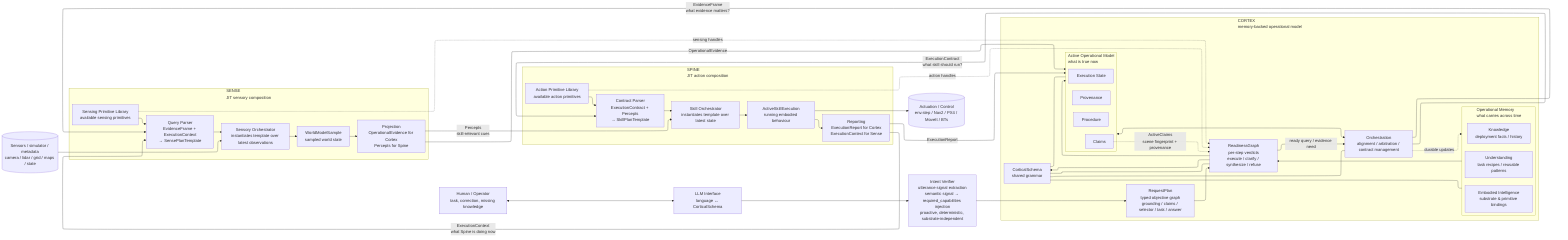
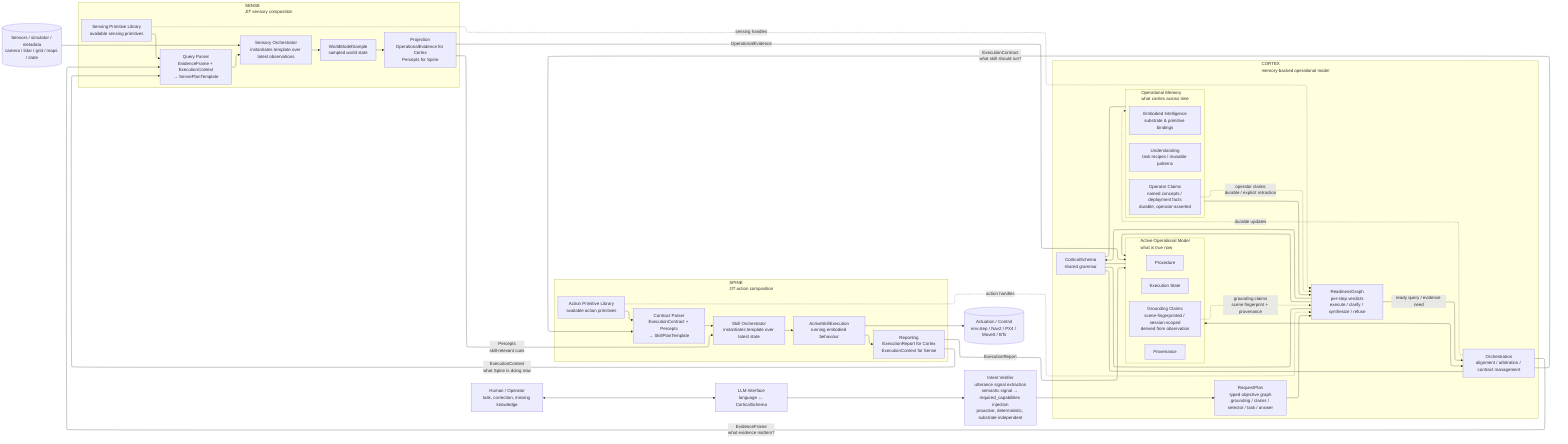
---
config:
  layout: elk
---
flowchart LR

  U["Human / Operator<br>task, correction, missing knowledge"]
  L["LLM Interface<br>language ↔ CorticalSchema"]

  subgraph C["CORTEX<br>memory-backed operational model"]
    CS["CorticalSchema<br>shared grammar"]
    RP["RequestPlan<br>typed objective graph<br>grounding / claims / selector / task / answer"]

    subgraph M["Operational Memory<br>what carries across time"]
      U1["Understanding<br>task recipes / reusable patterns"]
      I1["Embodied Intelligence<br>substrate & primitive bindings"]
-       K1["Knowledge<br>deployment facts / history"]
+       K1["Operator Claims<br>named concepts / deployment facts<br>durable, operator-asserted"]
    end

    R["ReadinessGraph<br>per-step verdicts<br>execute / clarify / synthesize / refuse"]

    subgraph A["Active Operational Model<br>what is true now"]
-       CL["Claims"]
+       CL["Grounding Claims<br>scene-fingerprinted / session-scoped<br>derived from observation"]
      PR["Procedure"]
      ES["Execution State"]
      PG["Provenance"]
    end

    O["Orchestration<br>alignment / arbitration / contract management"]
  end

  subgraph SENSE["SENSE<br>JIT sensory composition"]
    SPL["Sensing Primitive Library<br>available sensing primitives"]
    QP["Query Parser<br>EvidenceFrame + ExecutionContext<br>→ SensePlanTemplate"]
    SO["Sensory Orchestrator<br>instantiates template over latest observations"]
    WMS["WorldModelSample<br>sampled world state"]
    PROJ["Projection<br>OperationalEvidence for Cortex<br>Percepts for Spine"]
  end

  subgraph SPINE["SPINE<br>JIT action composition"]
    APL["Action Primitive Library<br>available action primitives"]
    CP["Contract Parser<br>ExecutionContract + Percepts<br>→ SkillPlanTemplate"]
    SKO["Skill Orchestrator<br>instantiates template over latest state"]
    ASE["ActiveSkillExecution<br>running embodied behaviour"]
    REP["Reporting<br>ExecutionReport for Cortex<br>ExecutionContext for Sense"]
  end

  Sensors[("Sensors / simulator / metadata<br>camera / lidar / grid / maps / state")]
  Actuators[("Actuation / Control<br>env.step / Nav2 / PX4 / MoveIt / BTs")]

  U <--> L
  L --> IV["Intent Verifier<br>utterance signal extraction<br>semantic signal → required_capabilities injection<br>proactive, deterministic, substrate-independent"]
  IV --> RP
  RP --> R
  R --> CS

  CS --- M
  CS --- R
  CS --- A
  CS --- O

  M --> R
-   CL -. "ActiveClaims<br>scene fingerprint + provenance" .-> R
+   CL -. "grounding claims<br>scene fingerprint + provenance" .-> R
+   K1 -. "operator claims<br>durable / explicit retraction" .-> R
  SPL -. sensing handles .-> R
  APL -. action handles .-> R
  R --> A
  A <--> O
  O -. durable updates .-> M

  Sensors --> SO
  SPL --> QP
  QP --> SO
  SO --> WMS
  WMS --> PROJ

  APL --> CP
  CP --> SKO
  SKO --> ASE
  ASE --> REP
  ASE --> Actuators

  R -- "ready query / evidence need" --> O
  O -- "EvidenceFrame<br>what evidence matters?" --> QP
  PROJ -- "OperationalEvidence" --> A

  O -- "ExecutionContract<br>what skill should run?" --> CP
  REP -- "ExecutionReport" --> A

  REP -- "ExecutionContext<br>what Spine is doing now" --> QP
  PROJ -- "Percepts<br>skill-relevant cues" --> SKO
